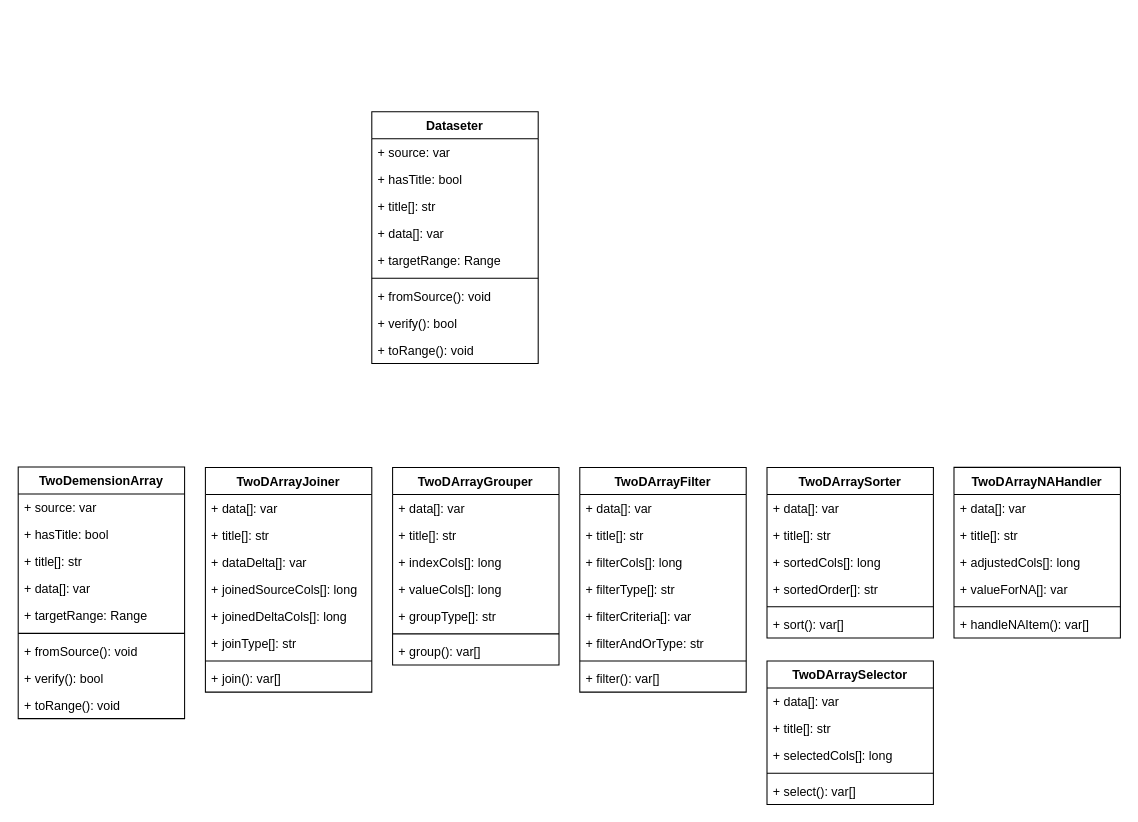
This is page "TwoDArrayer" (3 of 10) of Master UML For VBA Class.drawio from Youjwxyz/VBA_Library, a draw.io file, before an edit. Source tidied: cells renumbered, new cells numbered last; positions are measured from the earlier drawing's top-left corner, leaving out a move shared by most shapes. Both pictures are drawn from the tidied source at 104%, with x=0, y=0 at pixel (18, 111).
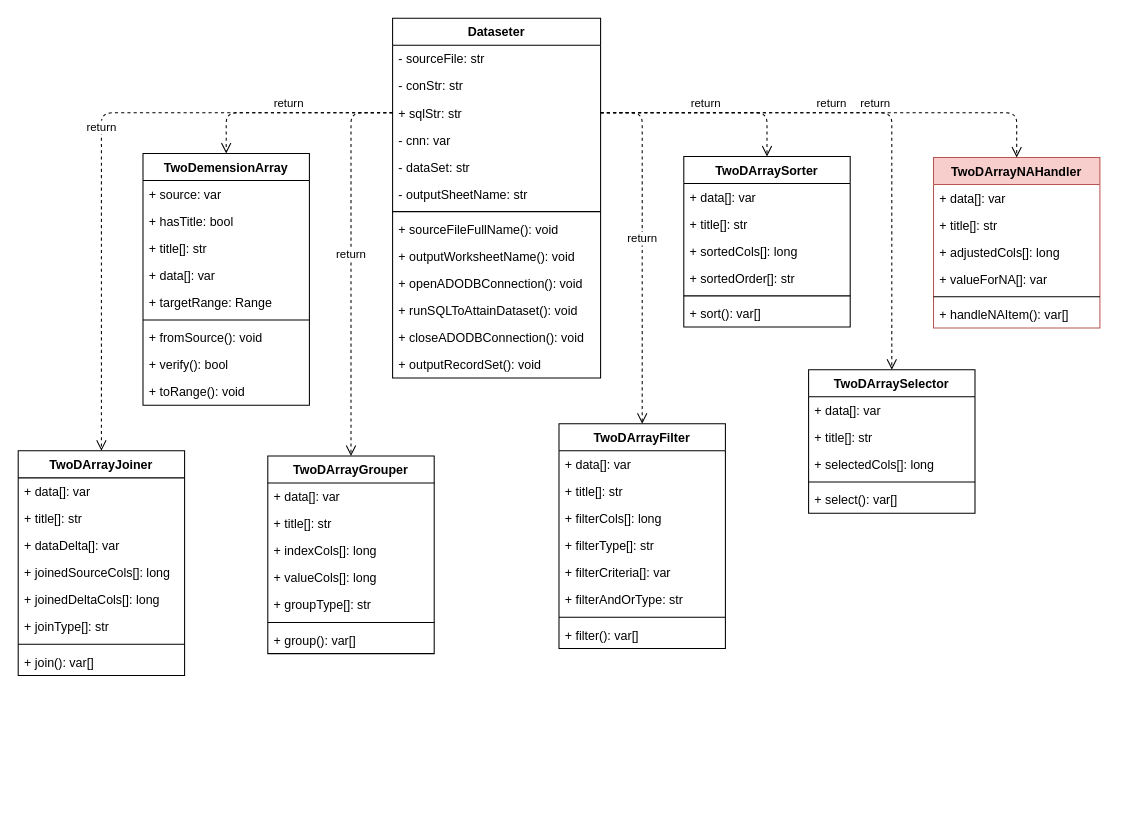
Above is the later version.

What changed in the source:
```diff
@@
     <mxCell id="2" value="TwoDemensionArray" style="swimlane;fontStyle=1;align=center;verticalAlign=top;horizontal=1;startSize=26;" parent="1" vertex="1">
-      <mxGeometry y="341.5" width="160" height="242" as="geometry" />
+      <mxGeometry x="120" y="40.1" width="160" height="242" as="geometry" />
     </mxCell>
@@
     <mxCell id="12" value="TwoDArrayFilter" style="swimlane;fontStyle=1;align=center;verticalAlign=top;horizontal=1;startSize=26;" parent="1" vertex="1">
-      <mxGeometry x="540" y="342" width="160" height="216" as="geometry" />
+      <mxGeometry x="520" y="300" width="160" height="216" as="geometry" />
     </mxCell>
@@
     <mxCell id="21" value="TwoDArrayGrouper" style="swimlane;fontStyle=1;align=center;verticalAlign=top;horizontal=1;startSize=26;" parent="1" vertex="1">
-      <mxGeometry x="360" y="342" width="160" height="190" as="geometry" />
+      <mxGeometry x="240" y="331" width="160" height="190" as="geometry" />
     </mxCell>
@@
     <mxCell id="29" value="TwoDArraySelector" style="swimlane;fontStyle=1;align=center;verticalAlign=top;horizontal=1;startSize=26;" parent="1" vertex="1">
-      <mxGeometry x="720" y="528" width="160" height="138" as="geometry" />
+      <mxGeometry x="760" y="248" width="160" height="138" as="geometry" />
     </mxCell>
@@
-    <mxCell id="35" value="TwoDArrayNAHandler" style="swimlane;fontStyle=1;align=center;verticalAlign=top;horizontal=1;startSize=26;" parent="1" vertex="1">
-      <mxGeometry x="899.8" y="341.9" width="160" height="164" as="geometry" />
+    <mxCell id="35" value="TwoDArrayNAHandler" style="swimlane;fontStyle=1;align=center;verticalAlign=top;horizontal=1;startSize=26;fillColor=#f8cecc;strokeColor=#b85450;" parent="1" vertex="1">
+      <mxGeometry x="880.1" y="43.9" width="160" height="164" as="geometry" />
     </mxCell>
@@
     <mxCell id="42" value="TwoDArrayJoiner" style="swimlane;fontStyle=1;align=center;verticalAlign=top;horizontal=1;startSize=26;" parent="1" vertex="1">
-      <mxGeometry x="180" y="342" width="160" height="216" as="geometry" />
+      <mxGeometry y="326" width="160" height="216" as="geometry" />
     </mxCell>
@@
     <mxCell id="51" value="TwoDArraySorter" style="swimlane;fontStyle=1;align=center;verticalAlign=top;horizontal=1;startSize=26;" parent="1" vertex="1">
-      <mxGeometry x="720" y="342" width="160" height="164" as="geometry" />
+      <mxGeometry x="640" y="43" width="160" height="164" as="geometry" />
     </mxCell>
@@
     <mxCell id="58" value="Dataseter" style="swimlane;fontStyle=1;align=center;verticalAlign=top;horizontal=1;startSize=26;" parent="1" vertex="1">
-      <mxGeometry x="340" width="160" height="242" as="geometry" />
+      <mxGeometry x="360" y="-90" width="200" height="346" as="geometry" />
     </mxCell>
-    <mxCell id="59" value="+ source: var" style="text;strokeColor=none;fillColor=none;align=left;verticalAlign=top;spacingLeft=4;spacingRight=4;overflow=hidden;" parent="58" vertex="1">
-      <mxGeometry y="26" width="160" height="26" as="geometry" />
+    <mxCell id="59" value="- sourceFile: str" style="text;strokeColor=none;fillColor=none;align=left;verticalAlign=top;spacingLeft=4;spacingRight=4;overflow=hidden;" parent="58" vertex="1">
+      <mxGeometry y="26" width="200" height="26" as="geometry" />
     </mxCell>
-    <mxCell id="60" value="+ hasTitle: bool" style="text;strokeColor=none;fillColor=none;align=left;verticalAlign=top;spacingLeft=4;spacingRight=4;overflow=hidden;" parent="58" vertex="1">
-      <mxGeometry y="52" width="160" height="26" as="geometry" />
+    <mxCell id="60" value="- conStr: str" style="text;strokeColor=none;fillColor=none;align=left;verticalAlign=top;spacingLeft=4;spacingRight=4;overflow=hidden;" parent="58" vertex="1">
+      <mxGeometry y="52" width="200" height="26" as="geometry" />
     </mxCell>
-    <mxCell id="61" value="+ title[]: str" style="text;strokeColor=none;fillColor=none;align=left;verticalAlign=top;spacingLeft=4;spacingRight=4;overflow=hidden;points=[[0,0.5],[1,0.5]];portConstraint=eastwest;" parent="58" vertex="1">
-      <mxGeometry y="78" width="160" height="26" as="geometry" />
+    <mxCell id="61" value="+ sqlStr: str" style="text;strokeColor=none;fillColor=none;align=left;verticalAlign=top;spacingLeft=4;spacingRight=4;overflow=hidden;points=[[0,0.5],[1,0.5]];portConstraint=eastwest;" parent="58" vertex="1">
+      <mxGeometry y="78" width="200" height="26" as="geometry" />
     </mxCell>
-    <mxCell id="62" value="+ data[]: var" style="text;strokeColor=none;fillColor=none;align=left;verticalAlign=top;spacingLeft=4;spacingRight=4;overflow=hidden;" parent="58" vertex="1">
-      <mxGeometry y="104" width="160" height="26" as="geometry" />
+    <mxCell id="62" value="- cnn: var" style="text;strokeColor=none;fillColor=none;align=left;verticalAlign=top;spacingLeft=4;spacingRight=4;overflow=hidden;" parent="58" vertex="1">
+      <mxGeometry y="104" width="200" height="26" as="geometry" />
     </mxCell>
-    <mxCell id="63" value="+ targetRange: Range" style="text;strokeColor=none;fillColor=none;align=left;verticalAlign=top;spacingLeft=4;spacingRight=4;overflow=hidden;" parent="58" vertex="1">
-      <mxGeometry y="130" width="160" height="26" as="geometry" />
+    <mxCell id="63" value="- dataSet: str" style="text;strokeColor=none;fillColor=none;align=left;verticalAlign=top;spacingLeft=4;spacingRight=4;overflow=hidden;" parent="58" vertex="1">
+      <mxGeometry y="130" width="200" height="26" as="geometry" />
     </mxCell>
+    <mxCell id="68" value="- outputSheetName: str" style="text;strokeColor=none;fillColor=none;align=left;verticalAlign=top;spacingLeft=4;spacingRight=4;overflow=hidden;" parent="58" vertex="1">
+      <mxGeometry y="156" width="200" height="26" as="geometry" />
+    </mxCell>
     <mxCell id="64" style="line;strokeWidth=1;fillColor=none;align=left;verticalAlign=middle;spacingTop=-1;spacingLeft=3;spacingRight=3;labelPosition=right;" parent="58" vertex="1">
-      <mxGeometry y="156" width="160" height="8" as="geometry" />
+      <mxGeometry y="182" width="200" height="8" as="geometry" />
     </mxCell>
+    <mxCell id="66" value="+ sourceFileFullName(): void" style="text;strokeColor=none;fillColor=none;align=left;verticalAlign=top;spacingLeft=4;spacingRight=4;overflow=hidden;" parent="58" vertex="1">
+      <mxGeometry y="190" width="200" height="26" as="geometry" />
+    </mxCell>
-    <mxCell id="65" value="+ fromSource(): void" style="text;strokeColor=none;fillColor=none;align=left;verticalAlign=top;spacingLeft=4;spacingRight=4;overflow=hidden;" parent="58" vertex="1">
-      <mxGeometry y="164" width="160" height="26" as="geometry" />
+    <mxCell id="65" value="+ outputWorksheetName(): void" style="text;strokeColor=none;fillColor=none;align=left;verticalAlign=top;spacingLeft=4;spacingRight=4;overflow=hidden;" parent="58" vertex="1">
+      <mxGeometry y="216" width="200" height="26" as="geometry" />
     </mxCell>
-    <mxCell id="66" value="+ verify(): bool" style="text;strokeColor=none;fillColor=none;align=left;verticalAlign=top;spacingLeft=4;spacingRight=4;overflow=hidden;" parent="58" vertex="1">
-      <mxGeometry y="190" width="160" height="26" as="geometry" />
-    </mxCell>
-    <mxCell id="67" value="+ toRange(): void" style="text;strokeColor=none;fillColor=none;align=left;verticalAlign=top;spacingLeft=4;spacingRight=4;overflow=hidden;" parent="58" vertex="1">
-      <mxGeometry y="216" width="160" height="26" as="geometry" />
+    <mxCell id="67" value="+ openADODBConnection(): void" style="text;strokeColor=none;fillColor=none;align=left;verticalAlign=top;spacingLeft=4;spacingRight=4;overflow=hidden;" parent="58" vertex="1">
+      <mxGeometry y="242" width="200" height="26" as="geometry" />
     </mxCell>
+    <mxCell id="69" value="+ runSQLToAttainDataset(): void" style="text;strokeColor=none;fillColor=none;align=left;verticalAlign=top;spacingLeft=4;spacingRight=4;overflow=hidden;" parent="58" vertex="1">
+      <mxGeometry y="268" width="200" height="26" as="geometry" />
+    </mxCell>
+    <mxCell id="70" value="+ closeADODBConnection(): void" style="text;strokeColor=none;fillColor=none;align=left;verticalAlign=top;spacingLeft=4;spacingRight=4;overflow=hidden;" parent="58" vertex="1">
+      <mxGeometry y="294" width="200" height="26" as="geometry" />
+    </mxCell>
+    <mxCell id="71" value="+ outputRecordSet(): void" style="text;strokeColor=none;fillColor=none;align=left;verticalAlign=top;spacingLeft=4;spacingRight=4;overflow=hidden;" parent="58" vertex="1">
+      <mxGeometry y="320" width="200" height="26" as="geometry" />
+    </mxCell>
+    <mxCell id="72" value="return" style="html=1;verticalAlign=bottom;endArrow=open;dashed=1;endSize=8;entryX=0.5;entryY=0;entryDx=0;entryDy=0;exitX=0;exitY=0.5;exitDx=0;exitDy=0;edgeStyle=orthogonalEdgeStyle;" parent="1" edge="1" source="61" target="2">
+      <mxGeometry relative="1" as="geometry" />
+    </mxCell>
+    <mxCell id="73" value="return" style="html=1;verticalAlign=bottom;endArrow=open;dashed=1;endSize=8;entryX=0.5;entryY=0;entryDx=0;entryDy=0;edgeStyle=orthogonalEdgeStyle;exitX=0;exitY=0.5;exitDx=0;exitDy=0;" parent="1" edge="1" source="61" target="42">
+      <mxGeometry relative="1" as="geometry" />
+    </mxCell>
+    <mxCell id="74" value="return" style="html=1;verticalAlign=bottom;endArrow=open;dashed=1;endSize=8;edgeStyle=orthogonalEdgeStyle;exitX=0;exitY=0.5;exitDx=0;exitDy=0;" parent="1" edge="1" source="61" target="21">
+      <mxGeometry relative="1" as="geometry" />
+    </mxCell>
+    <mxCell id="75" value="return" style="html=1;verticalAlign=bottom;endArrow=open;dashed=1;endSize=8;entryX=0.5;entryY=0;entryDx=0;entryDy=0;exitX=1;exitY=0.5;exitDx=0;exitDy=0;edgeStyle=orthogonalEdgeStyle;" parent="1" edge="1" source="61" target="12">
+      <mxGeometry relative="1" as="geometry" />
+    </mxCell>
+    <mxCell id="76" value="return" style="html=1;verticalAlign=bottom;endArrow=open;dashed=1;endSize=8;exitX=1;exitY=0.5;exitDx=0;exitDy=0;edgeStyle=orthogonalEdgeStyle;" parent="1" edge="1" source="61" target="35">
+      <mxGeometry relative="1" as="geometry" />
+    </mxCell>
+    <mxCell id="77" value="return" style="html=1;verticalAlign=bottom;endArrow=open;dashed=1;endSize=8;exitX=1;exitY=0.5;exitDx=0;exitDy=0;edgeStyle=orthogonalEdgeStyle;" parent="1" edge="1" source="61" target="29">
+      <mxGeometry relative="1" as="geometry" />
+    </mxCell>
+    <mxCell id="78" value="return" style="html=1;verticalAlign=bottom;endArrow=open;dashed=1;endSize=8;exitX=1;exitY=0.5;exitDx=0;exitDy=0;edgeStyle=orthogonalEdgeStyle;" parent="1" edge="1" source="61" target="51">
+      <mxGeometry relative="1" as="geometry" />
+    </mxCell>
```
